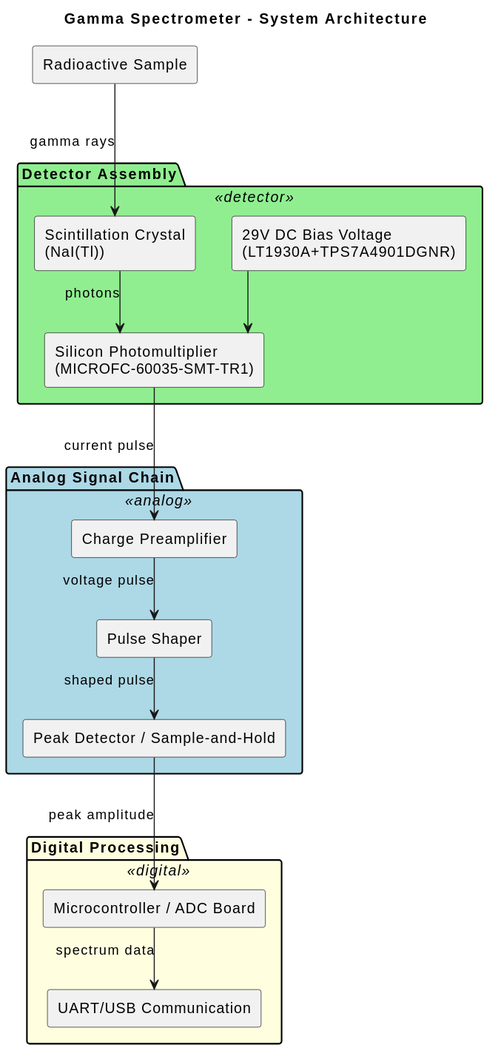
Before: Documentation/Diagrams/ArchitectureOverview.svg, a diagram exported from PlantUML (RobertGawron/GammaSpectrometer).
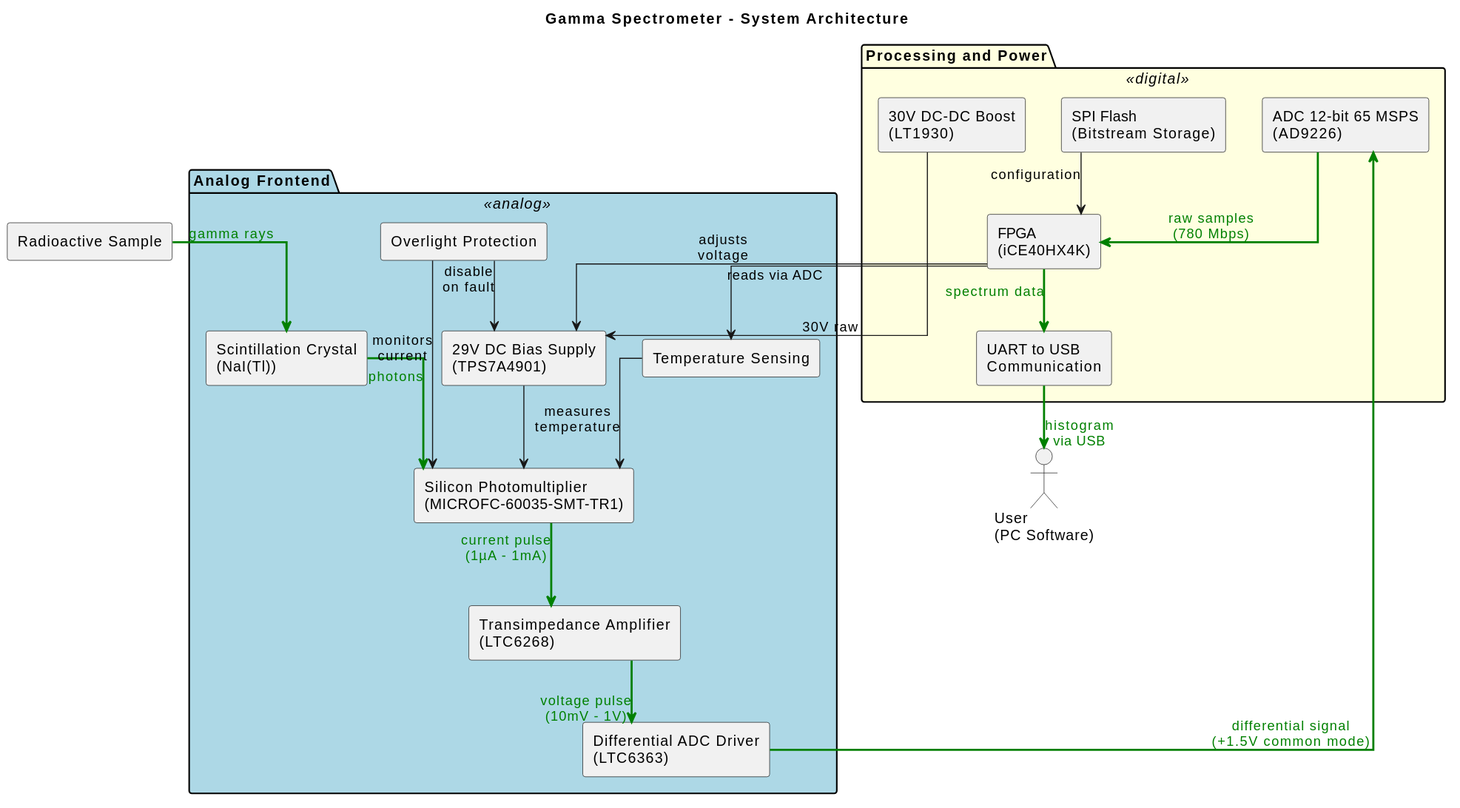
After the commit.

What changed in the source:
```diff
@@ -5,37 +5,50 @@
 title Gamma Spectrometer - System Architecture
 
 skinparam package {
-    BackgroundColor<<detector>> #LightGreen
     BackgroundColor<<analog>> #LightBlue
     BackgroundColor<<digital>> #LightYellow
 }
 
 [Radioactive Sample] as Sample
 
-package "Detector Assembly" <<detector>> {
+package "Analog Frontend" <<analog>> {
     component "Scintillation Crystal\n(NaI(Tl))" as Crystal
-    component "Silicon Photomultiplier\n(MICROFC-60035-SMT-TR1)" as Photodiode
-    component "29V DC Bias Voltage\n(LT1930A+TPS7A4901DGNR)" as Bias
+    component "Silicon Photomultiplier\n(MICROFC-60035-SMT-TR1)" as SiPM
+    component "29V DC Bias Supply\n(TPS7A4901)" as Bias
+    component "Transimpedance Amplifier\n(LTC6268)" as TIA
+    component "Differential ADC Driver\n(LTC6363)" as DiffDriver
+    component "Temperature Sensing" as TempSense
+    component "Overlight Protection" as Protection
 }
 
-package "Analog Signal Chain" <<analog>> {
-    [Charge Preamplifier] as Preamp
-    [Pulse Shaper] as Shaper
-    [Peak Detector / Sample-and-Hold] as PeakDetect
+package "Processing and Power" <<digital>> {
+    component "30V DC-DC Boost\n(LT1930)" as Boost
+    component "ADC 12-bit 65 MSPS\n(AD9226)" as ADC
+    component "FPGA\n(iCE40HX4K)" as FPGA
+    component "SPI Flash\n(Bitstream Storage)" as Flash
+    component "UART to USB\nCommunication" as Comm
 }
 
-package "Digital Processing" <<digital>> {
-    [Microcontroller / ADC Board] as MCU
-    [UART/USB Communication] as Comm
-}
+actor "User\n(PC Software)" as User
 
-Sample ---> Crystal : gamma rays
-Crystal --> Photodiode : photons
-Photodiode ---> Preamp : current pulse
-Preamp --> Shaper : voltage pulse
-Shaper --> PeakDetect : shaped pulse
-PeakDetect ---> MCU : peak amplitude
-MCU --> Comm : spectrum data
+Sample -down[#green,bold]-> Crystal : <color:green>gamma rays</color>
+Crystal -[#green,bold]-> SiPM : <color:green>photons</color>
+SiPM -[#green,bold]-> TIA : <color:green>current pulse</color>\n<color:green>(1µA - 1mA)</color>
+TIA -[#green,bold]-> DiffDriver : <color:green>voltage pulse</color>\n<color:green>(10mV - 1V)</color>
+DiffDriver -[#green,bold]-> ADC : <color:green>differential signal</color>\n<color:green>(+1.5V common mode)</color>
+ADC -[#green,bold]-> FPGA : <color:green>raw samples</color>\n<color:green>(780 Mbps)</color>
+FPGA -[#green,bold]-> Comm : <color:green>spectrum data</color>
+Comm -down[#green,bold]-> User : <color:green>histogram</color>\n<color:green>via USB</color>
 
-Bias --> Photodiode
+Boost --> Bias : 30V raw
+
+Bias --> SiPM
+Protection --> SiPM : monitors\ncurrent
+Protection --> Bias : disable\non fault
+
+TempSense --> SiPM : measures\ntemperature
+FPGA --> TempSense : reads via ADC
+FPGA --> Bias : adjusts\nvoltage
+
+Flash --> FPGA : configuration
 @enduml
```
